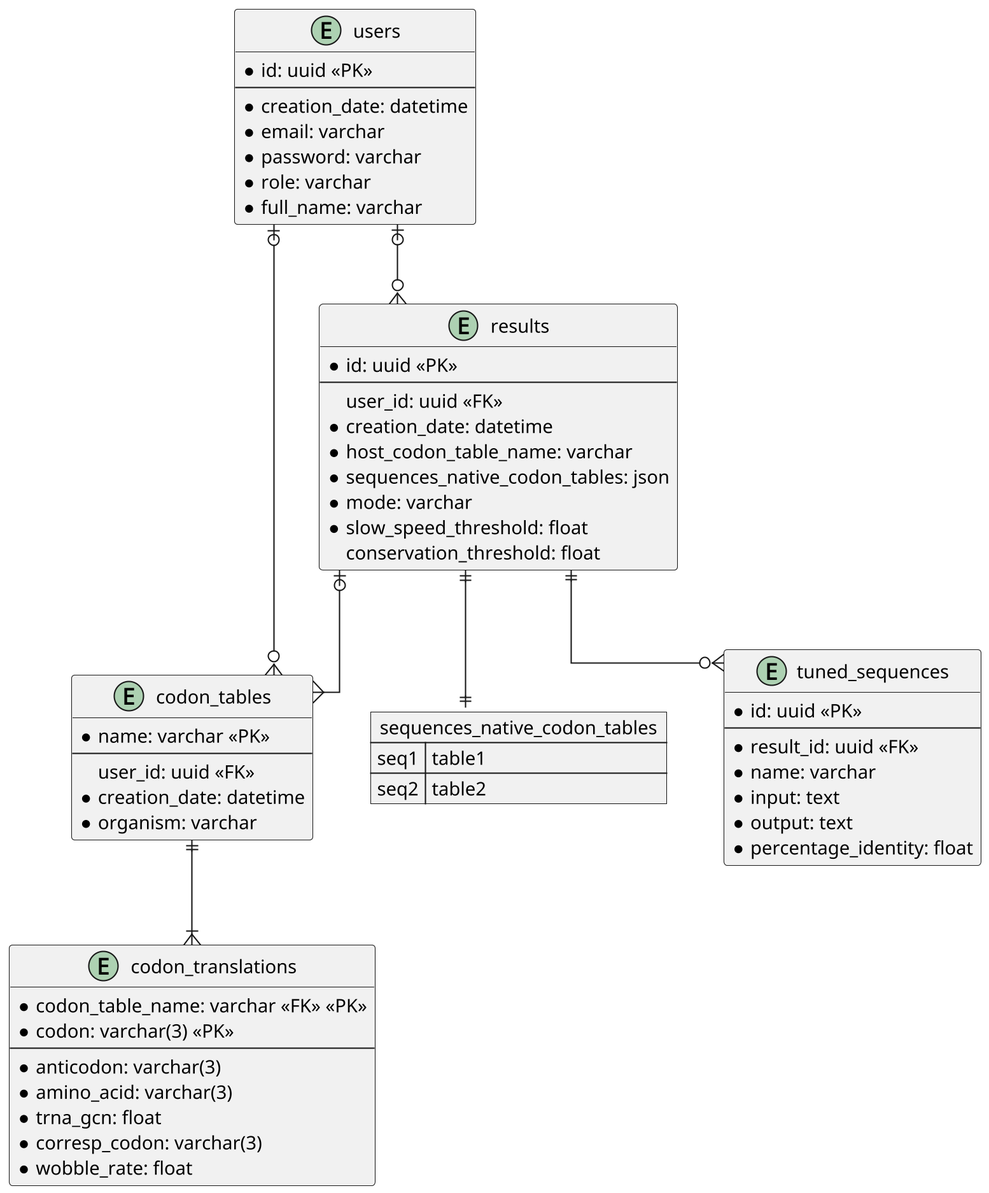
tbonnabaud/expressinhost_web keeps this PlantUML diagram as documentation/db_schema.png. Above is the earlier version.
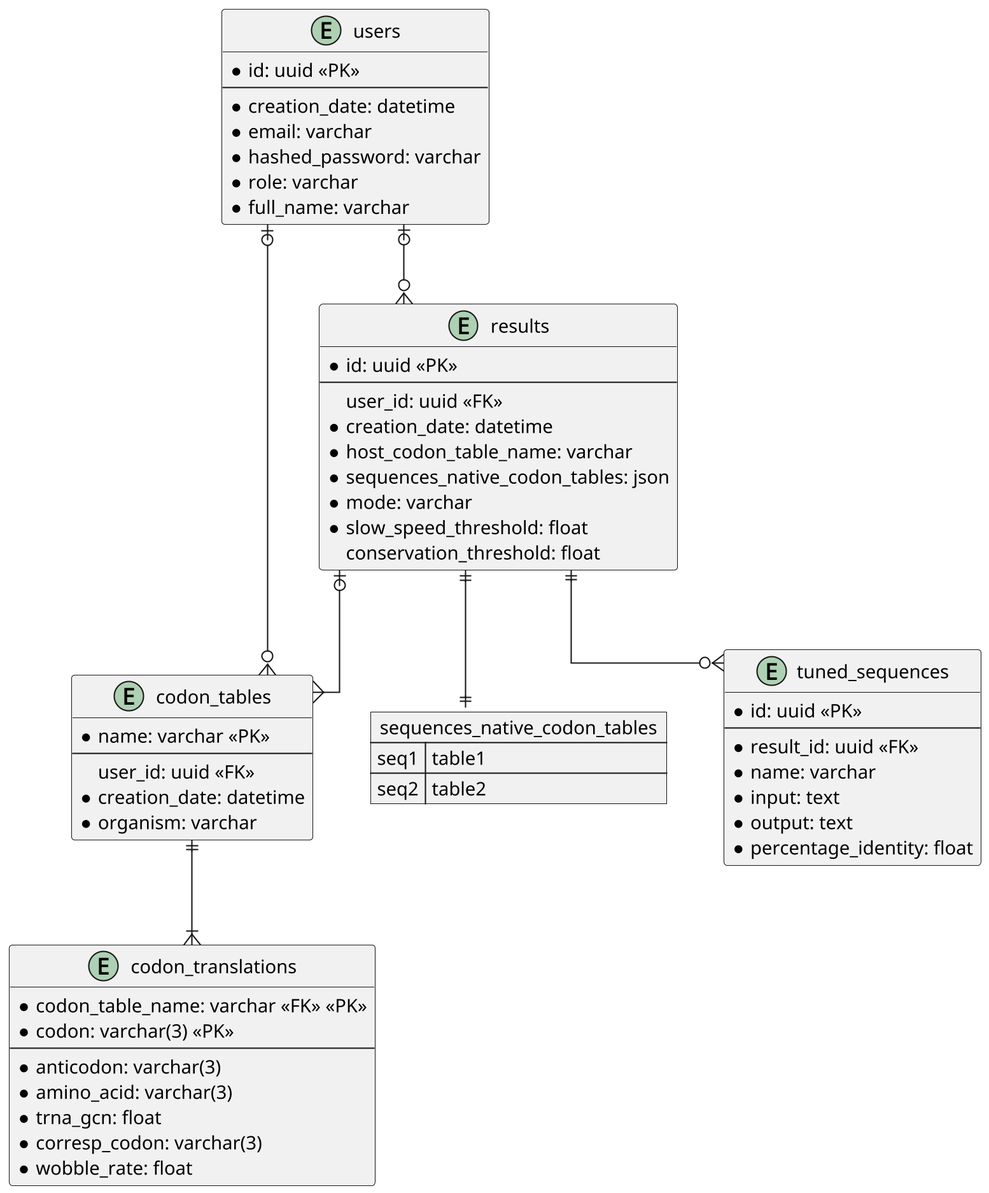
The same file after the commit.

Commit message:
Rename field in doc schema

Diff of the diagram source:
```diff
@@ -8,7 +8,7 @@
     --
     * creation_date: datetime
     * email: varchar
-    * password: varchar
+    * hashed_password: varchar
     * role: varchar
     * full_name: varchar
 }
```
